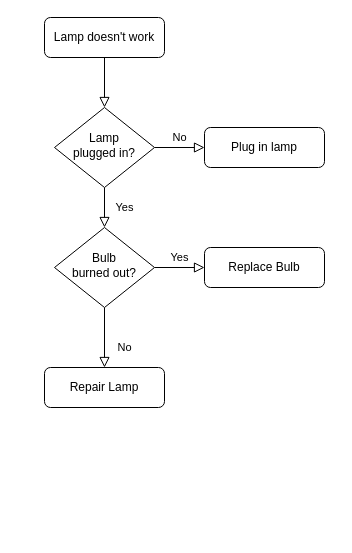
Earlier version of the draw.io diagram The Fibonacci Exercise.drawio (H1brian/logicflowchart). Source tidied: cells renumbered, new cells numbered last; positions are measured from the earlier drawing's top-left corner, leaving out a move shared by most shapes. Both pictures are drawn from the tidied source at 100%, with x=0, y=0 at pixel (44, 17).
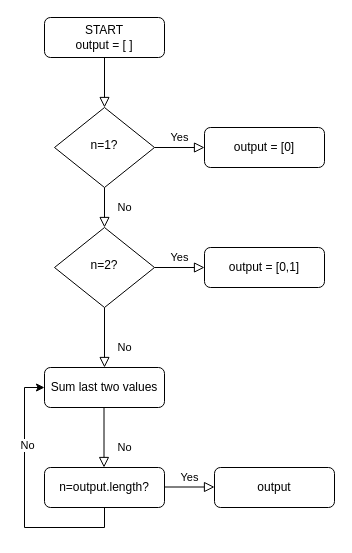
After the change.

What changed in the source:
```diff
@@
-    <mxCell id="3" value="Lamp doesn't work" style="rounded=1;whiteSpace=wrap;html=1;fontSize=12;glass=0;strokeWidth=1;shadow=0;" parent="1" vertex="1">
+    <mxCell id="3" value="START&lt;br&gt;output = [ ]" style="rounded=1;whiteSpace=wrap;html=1;fontSize=12;glass=0;strokeWidth=1;shadow=0;" parent="1" vertex="1">
       <mxGeometry width="120" height="40" as="geometry" />
     </mxCell>
-    <mxCell id="4" value="Yes" style="rounded=0;html=1;jettySize=auto;fontSize=11;endArrow=block;endFill=0;endSize=8;strokeWidth=1;shadow=0;labelBackgroundColor=none;edgeStyle=orthogonalEdgeStyle;" parent="1" edge="1" source="6" target="10">
+    <mxCell id="4" value="No" style="rounded=0;html=1;jettySize=auto;fontSize=11;endArrow=block;endFill=0;endSize=8;strokeWidth=1;shadow=0;labelBackgroundColor=none;edgeStyle=orthogonalEdgeStyle;" parent="1" edge="1" source="6" target="10">
       <mxGeometry y="20" relative="1" as="geometry" />
     </mxCell>
-    <mxCell id="5" value="No" style="edgeStyle=orthogonalEdgeStyle;rounded=0;html=1;jettySize=auto;fontSize=11;endArrow=block;endFill=0;endSize=8;strokeWidth=1;shadow=0;labelBackgroundColor=none;" parent="1" edge="1" source="6" target="7">
+    <mxCell id="5" value="Yes" style="edgeStyle=orthogonalEdgeStyle;rounded=0;html=1;jettySize=auto;fontSize=11;endArrow=block;endFill=0;endSize=8;strokeWidth=1;shadow=0;labelBackgroundColor=none;" parent="1" edge="1" source="6" target="7">
       <mxGeometry y="10" relative="1" as="geometry" />
     </mxCell>
-    <mxCell id="6" value="Lamp&lt;br&gt;plugged in?" style="rhombus;whiteSpace=wrap;html=1;shadow=0;fontFamily=Helvetica;fontSize=12;align=center;strokeWidth=1;spacing=6;spacingTop=-4;" parent="1" vertex="1">
+    <mxCell id="6" value="n=1?" style="rhombus;whiteSpace=wrap;html=1;shadow=0;fontFamily=Helvetica;fontSize=12;align=center;strokeWidth=1;spacing=6;spacingTop=-4;" parent="1" vertex="1">
       <mxGeometry x="10" y="90" width="100" height="80" as="geometry" />
     </mxCell>
-    <mxCell id="7" value="Plug in lamp" style="rounded=1;whiteSpace=wrap;html=1;fontSize=12;glass=0;strokeWidth=1;shadow=0;" parent="1" vertex="1">
+    <mxCell id="7" value="output = [0]" style="rounded=1;whiteSpace=wrap;html=1;fontSize=12;glass=0;strokeWidth=1;shadow=0;" parent="1" vertex="1">
       <mxGeometry x="160" y="110" width="120" height="40" as="geometry" />
     </mxCell>
@@
-    <mxCell id="10" value="Bulb&lt;br&gt;burned out?" style="rhombus;whiteSpace=wrap;html=1;shadow=0;fontFamily=Helvetica;fontSize=12;align=center;strokeWidth=1;spacing=6;spacingTop=-4;" parent="1" vertex="1">
+    <mxCell id="10" value="n=2?" style="rhombus;whiteSpace=wrap;html=1;shadow=0;fontFamily=Helvetica;fontSize=12;align=center;strokeWidth=1;spacing=6;spacingTop=-4;" parent="1" vertex="1">
       <mxGeometry x="10" y="210" width="100" height="80" as="geometry" />
     </mxCell>
-    <mxCell id="11" value="Repair Lamp" style="rounded=1;whiteSpace=wrap;html=1;fontSize=12;glass=0;strokeWidth=1;shadow=0;" parent="1" vertex="1">
+    <mxCell id="11" value="Sum last two values" style="rounded=1;whiteSpace=wrap;html=1;fontSize=12;glass=0;strokeWidth=1;shadow=0;" parent="1" vertex="1">
       <mxGeometry y="350" width="120" height="40" as="geometry" />
     </mxCell>
-    <mxCell id="12" value="Replace Bulb" style="rounded=1;whiteSpace=wrap;html=1;fontSize=12;glass=0;strokeWidth=1;shadow=0;" parent="1" vertex="1">
+    <mxCell id="12" value="output = [0,1]" style="rounded=1;whiteSpace=wrap;html=1;fontSize=12;glass=0;strokeWidth=1;shadow=0;" parent="1" vertex="1">
       <mxGeometry x="160" y="230" width="120" height="40" as="geometry" />
     </mxCell>
+    <mxCell id="13" value="output" style="rounded=1;whiteSpace=wrap;html=1;fontSize=12;glass=0;strokeWidth=1;shadow=0;" parent="1" vertex="1">
+      <mxGeometry x="170" y="450" width="120" height="40" as="geometry" />
+    </mxCell>
+    <mxCell id="14" value="Yes" style="edgeStyle=orthogonalEdgeStyle;rounded=0;html=1;jettySize=auto;orthogonalLoop=1;fontSize=11;endArrow=block;endFill=0;endSize=8;strokeWidth=1;shadow=0;labelBackgroundColor=none;" parent="1" edge="1">
+      <mxGeometry y="10" relative="1" as="geometry">
+        <mxPoint x="120" y="469.5" as="sourcePoint" />
+        <mxPoint x="170" y="469.5" as="targetPoint" />
+        <Array as="points">
+          <mxPoint x="170" y="470" />
+        </Array>
+      </mxGeometry>
+    </mxCell>
+    <mxCell id="15" value="No" style="rounded=0;html=1;jettySize=auto;orthogonalLoop=1;fontSize=11;endArrow=block;endFill=0;endSize=8;strokeWidth=1;shadow=0;labelBackgroundColor=none;edgeStyle=orthogonalEdgeStyle;" parent="1" edge="1">
+      <mxGeometry x="0.33" y="20" relative="1" as="geometry">
+        <mxPoint x="59.5" y="390" as="sourcePoint" />
+        <mxPoint x="59.5" y="450" as="targetPoint" />
+      </mxGeometry>
+    </mxCell>
+    <mxCell id="16" style="edgeStyle=orthogonalEdgeStyle;rounded=0;jettySize=auto;html=1;exitX=0.5;exitY=1;exitDx=0;exitDy=0;entryX=0;entryY=0.5;entryDx=0;entryDy=0;" parent="1" edge="1" source="18" target="11">
+      <mxGeometry relative="1" as="geometry" />
+    </mxCell>
+    <mxCell id="17" value="No" style="edgeLabel;html=1;align=center;verticalAlign=middle;" parent="16" vertex="1">
+      <mxGeometry x="0.41" y="-2" relative="1" as="geometry" />
+    </mxCell>
+    <mxCell id="18" value="n=output.length?" style="rounded=1;whiteSpace=wrap;html=1;fontSize=12;glass=0;strokeWidth=1;shadow=0;" parent="1" vertex="1">
+      <mxGeometry y="450" width="120" height="40" as="geometry" />
+    </mxCell>
```
